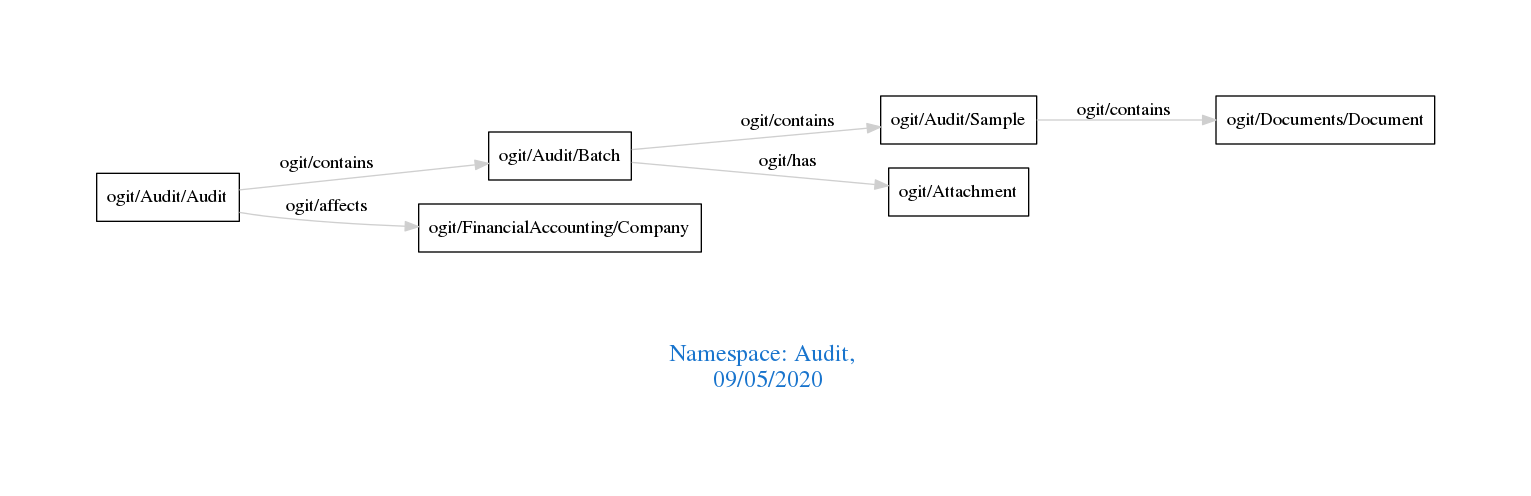
This is downloads/Audit.png from arago/OGIT, a Graphviz export, as it was before one commit. Its source is kept beside it as downloads/Audit.dot.
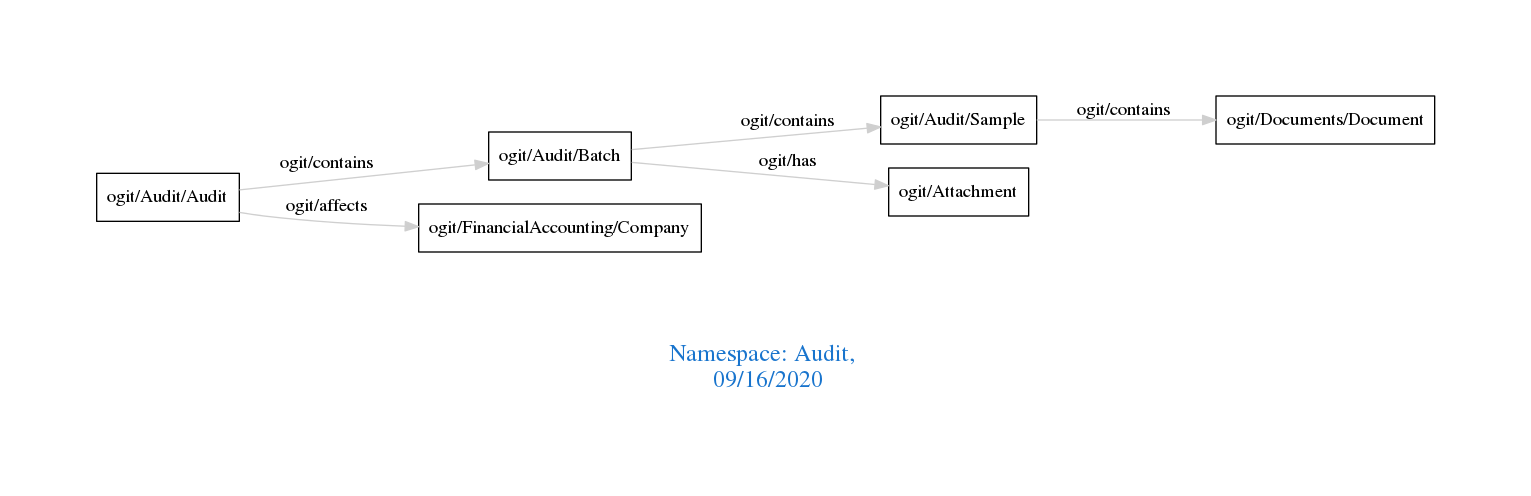
After the change.

Diff of the diagram source:
```diff
@@ -1,7 +1,7 @@
 digraph OGIT_ontology {
  graph [ rankdir= LR,pad=1
 fontsize = 18,
-fontcolor= dodgerblue3,label = "\n\n\nNamespace: Audit, \n 09/05/2020"];
+fontcolor= dodgerblue3,label = "\n\n\nNamespace: Audit, \n 09/16/2020"];
 node[shape=polygon];
 edge [  color="gray81"];
 
```
